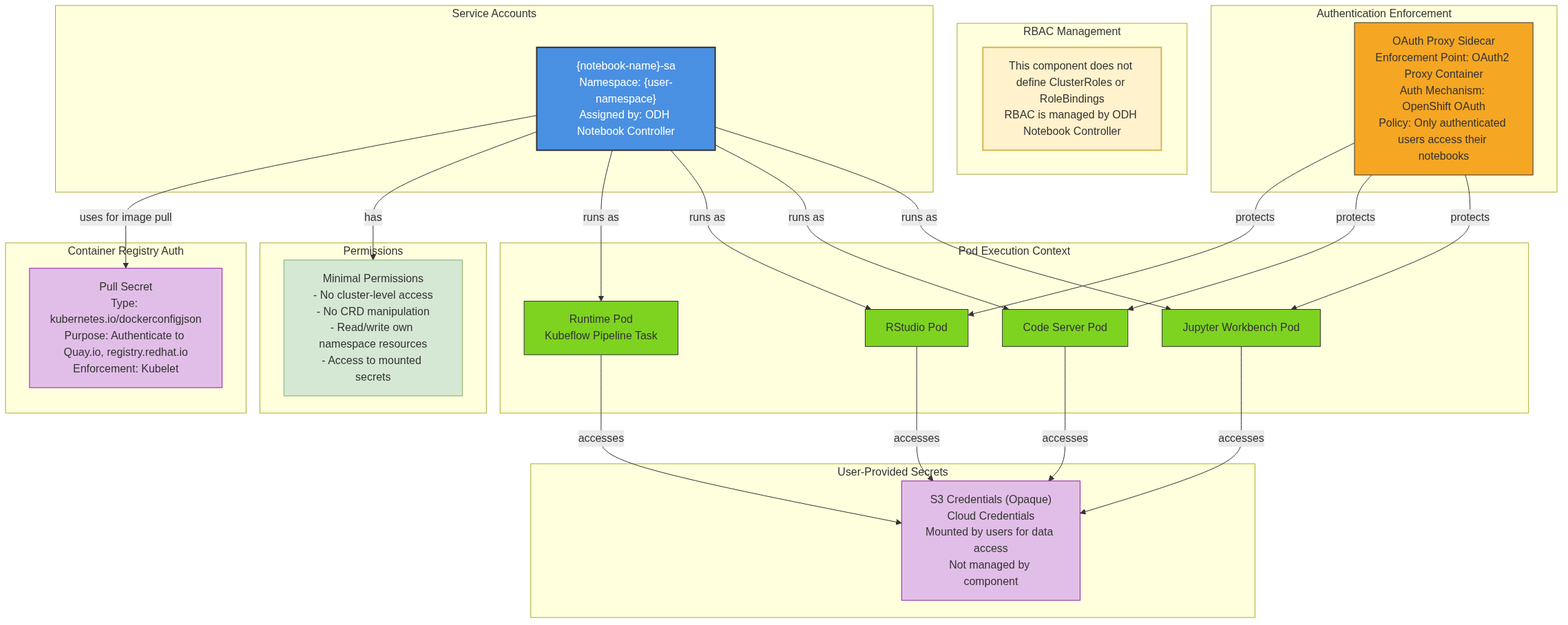
Before: architecture/rhoai-2.25.0/diagrams/notebooks-rbac.png, a diagram exported from Mermaid (rhuss/architecture-context). Its source is kept beside it as architecture/rhoai-2.25.0/diagrams/notebooks-rbac.mmd. The source it was exported from:
```mermaid
graph TD
    subgraph "RBAC Management"
        Note1["This component does not define ClusterRoles or RoleBindings<br/>RBAC is managed by ODH Notebook Controller"]
    end

    subgraph "Service Accounts"
        SA["{notebook-name}-sa<br/>Namespace: {user-namespace}<br/>Assigned by: ODH Notebook Controller"]
    end

    subgraph "Pod Execution Context"
        JupyterPod[Jupyter Workbench Pod]
        CodePod[Code Server Pod]
        RStudioPod[RStudio Pod]
        RuntimePod[Runtime Pod<br/>Kubeflow Pipeline Task]
    end

    subgraph "Permissions"
        MinimalPerms["Minimal Permissions<br/>- No cluster-level access<br/>- No CRD manipulation<br/>- Read/write own namespace resources<br/>- Access to mounted secrets"]
    end

    subgraph "Authentication Enforcement"
        OAuthProxy["OAuth Proxy Sidecar<br/>Enforcement Point: OAuth2 Proxy Container<br/>Auth Mechanism: OpenShift OAuth<br/>Policy: Only authenticated users access their notebooks"]
    end

    subgraph "Container Registry Auth"
        PullSecret["Pull Secret<br/>Type: kubernetes.io/dockerconfigjson<br/>Purpose: Authenticate to Quay.io, registry.redhat.io<br/>Enforcement: Kubelet"]
    end

    subgraph "User-Provided Secrets"
        UserSecrets["S3 Credentials (Opaque)<br/>Cloud Credentials<br/>Mounted by users for data access<br/>Not managed by component"]
    end

    SA -->|runs as| JupyterPod
    SA -->|runs as| CodePod
    SA -->|runs as| RStudioPod
    SA -->|runs as| RuntimePod

    SA -->|has| MinimalPerms

    OAuthProxy -->|protects| JupyterPod
    OAuthProxy -->|protects| CodePod
    OAuthProxy -->|protects| RStudioPod

    SA -->|uses for image pull| PullSecret

    JupyterPod -->|accesses| UserSecrets
    CodePod -->|accesses| UserSecrets
    RStudioPod -->|accesses| UserSecrets
    RuntimePod -->|accesses| UserSecrets

    style Note1 fill:#fff2cc,stroke:#d6b656,stroke-width:2px
    style SA fill:#4a90e2,stroke:#333,stroke-width:2px,color:#fff
    style JupyterPod fill:#7ed321,stroke:#333
    style CodePod fill:#7ed321,stroke:#333
    style RStudioPod fill:#7ed321,stroke:#333
    style RuntimePod fill:#7ed321,stroke:#333
    style MinimalPerms fill:#d5e8d4,stroke:#82b366
    style OAuthProxy fill:#f5a623,stroke:#333
    style PullSecret fill:#e1bee7,stroke:#8e24aa
    style UserSecrets fill:#e1bee7,stroke:#8e24aa
```
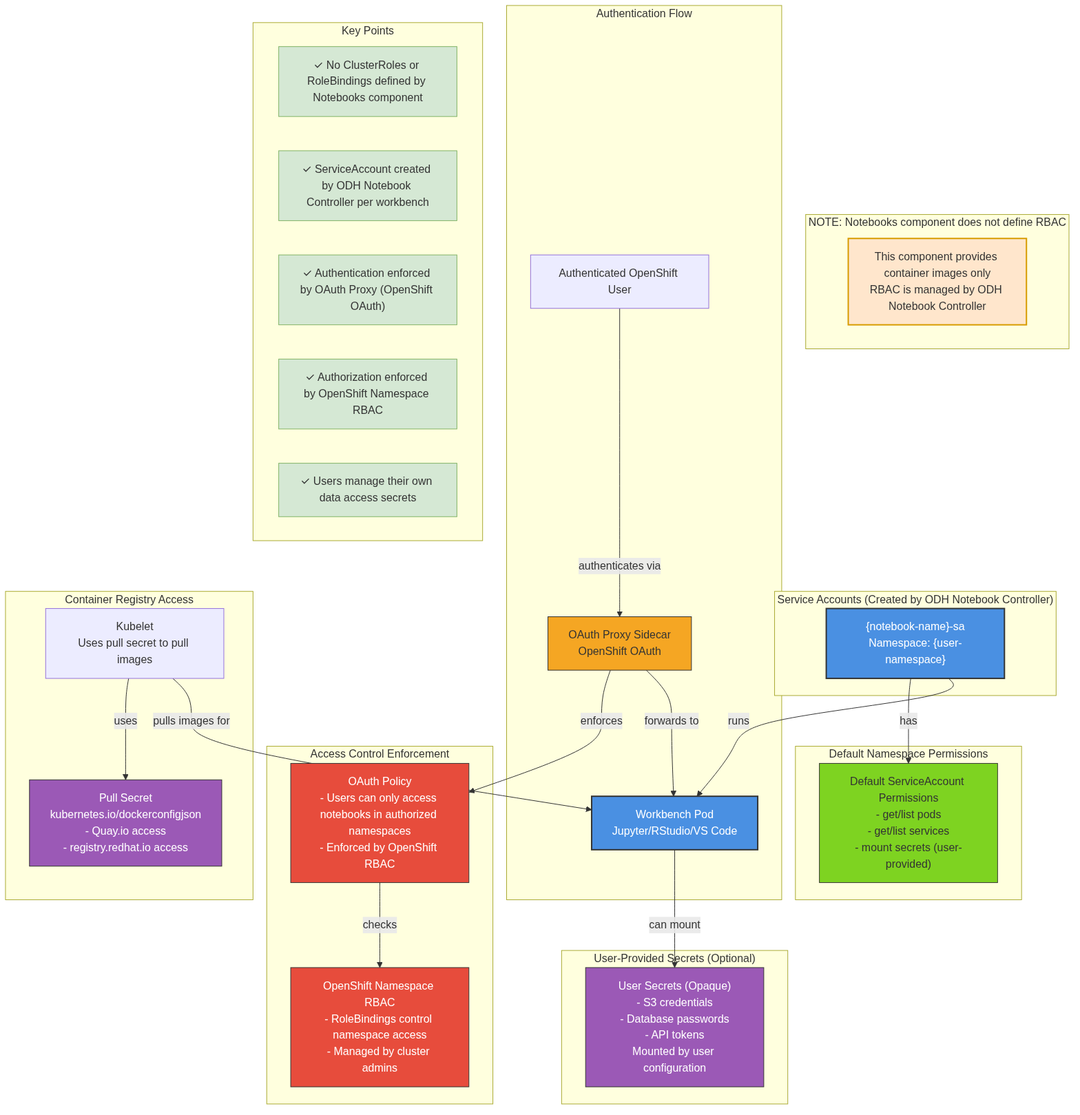
Above is the later version.

What changed in the source:
```diff
@@ -1,60 +1,72 @@
 graph TD
-    subgraph "RBAC Management"
-        Note1["This component does not define ClusterRoles or RoleBindings<br/>RBAC is managed by ODH Notebook Controller"]
+    subgraph "NOTE: Notebooks component does not define RBAC"
+        Note["This component provides container images only<br/>RBAC is managed by ODH Notebook Controller"]
     end
 
-    subgraph "Service Accounts"
-        SA["{notebook-name}-sa<br/>Namespace: {user-namespace}<br/>Assigned by: ODH Notebook Controller"]
+    subgraph "Service Accounts (Created by ODH Notebook Controller)"
+        SA["{notebook-name}-sa<br/>Namespace: {user-namespace}"]
     end
 
-    subgraph "Pod Execution Context"
-        JupyterPod[Jupyter Workbench Pod]
-        CodePod[Code Server Pod]
-        RStudioPod[RStudio Pod]
-        RuntimePod[Runtime Pod<br/>Kubeflow Pipeline Task]
+    subgraph "Default Namespace Permissions"
+        DefaultPerms["Default ServiceAccount Permissions<br/>- get/list pods<br/>- get/list services<br/>- mount secrets (user-provided)"]
     end
 
-    subgraph "Permissions"
-        MinimalPerms["Minimal Permissions<br/>- No cluster-level access<br/>- No CRD manipulation<br/>- Read/write own namespace resources<br/>- Access to mounted secrets"]
+    subgraph "Authentication Flow"
+        direction TB
+
+        User[Authenticated OpenShift User]
+        OAuth[OAuth Proxy Sidecar<br/>OpenShift OAuth]
+        WorkbenchPod[Workbench Pod<br/>Jupyter/RStudio/VS Code]
     end
 
-    subgraph "Authentication Enforcement"
-        OAuthProxy["OAuth Proxy Sidecar<br/>Enforcement Point: OAuth2 Proxy Container<br/>Auth Mechanism: OpenShift OAuth<br/>Policy: Only authenticated users access their notebooks"]
+    subgraph "Access Control Enforcement"
+        direction TB
+
+        OAuthPolicy["OAuth Policy<br/>- Users can only access notebooks in authorized namespaces<br/>- Enforced by OpenShift RBAC"]
+        NamespaceRBAC["OpenShift Namespace RBAC<br/>- RoleBindings control namespace access<br/>- Managed by cluster admins"]
     end
 
-    subgraph "Container Registry Auth"
-        PullSecret["Pull Secret<br/>Type: kubernetes.io/dockerconfigjson<br/>Purpose: Authenticate to Quay.io, registry.redhat.io<br/>Enforcement: Kubelet"]
+    subgraph "Container Registry Access"
+        PullSecret["Pull Secret<br/>kubernetes.io/dockerconfigjson<br/>- Quay.io access<br/>- registry.redhat.io access"]
+        Kubelet["Kubelet<br/>Uses pull secret to pull images"]
     end
 
-    subgraph "User-Provided Secrets"
-        UserSecrets["S3 Credentials (Opaque)<br/>Cloud Credentials<br/>Mounted by users for data access<br/>Not managed by component"]
+    subgraph "User-Provided Secrets (Optional)"
+        UserSecrets["User Secrets (Opaque)<br/>- S3 credentials<br/>- Database passwords<br/>- API tokens<br/>Mounted by user configuration"]
     end
 
-    SA -->|runs as| JupyterPod
-    SA -->|runs as| CodePod
-    SA -->|runs as| RStudioPod
-    SA -->|runs as| RuntimePod
+    SA -->|has| DefaultPerms
+    SA -->|runs| WorkbenchPod
 
-    SA -->|has| MinimalPerms
+    User -->|authenticates via| OAuth
+    OAuth -->|enforces| OAuthPolicy
+    OAuthPolicy -->|checks| NamespaceRBAC
+    OAuth -->|forwards to| WorkbenchPod
 
-    OAuthProxy -->|protects| JupyterPod
-    OAuthProxy -->|protects| CodePod
-    OAuthProxy -->|protects| RStudioPod
+    WorkbenchPod -->|can mount| UserSecrets
+    Kubelet -->|uses| PullSecret
+    Kubelet -->|pulls images for| WorkbenchPod
 
-    SA -->|uses for image pull| PullSecret
+    style Note fill:#ffe6cc,stroke:#d79b00,stroke-width:2px
+    style SA fill:#4a90e2,stroke:#333,stroke-width:2px,color:#fff
+    style DefaultPerms fill:#7ed321,stroke:#333
+    style OAuth fill:#f5a623,stroke:#333
+    style OAuthPolicy fill:#e74c3c,stroke:#333,color:#fff
+    style NamespaceRBAC fill:#e74c3c,stroke:#333,color:#fff
+    style PullSecret fill:#9b59b6,stroke:#333,color:#fff
+    style UserSecrets fill:#9b59b6,stroke:#333,color:#fff
+    style WorkbenchPod fill:#4a90e2,stroke:#333,stroke-width:2px,color:#fff
 
-    JupyterPod -->|accesses| UserSecrets
-    CodePod -->|accesses| UserSecrets
-    RStudioPod -->|accesses| UserSecrets
-    RuntimePod -->|accesses| UserSecrets
+    subgraph "Key Points"
+        KP1["✓ No ClusterRoles or RoleBindings defined by Notebooks component"]
+        KP2["✓ ServiceAccount created by ODH Notebook Controller per workbench"]
+        KP3["✓ Authentication enforced by OAuth Proxy (OpenShift OAuth)"]
+        KP4["✓ Authorization enforced by OpenShift Namespace RBAC"]
+        KP5["✓ Users manage their own data access secrets"]
+    end
 
-    style Note1 fill:#fff2cc,stroke:#d6b656,stroke-width:2px
-    style SA fill:#4a90e2,stroke:#333,stroke-width:2px,color:#fff
-    style JupyterPod fill:#7ed321,stroke:#333
-    style CodePod fill:#7ed321,stroke:#333
-    style RStudioPod fill:#7ed321,stroke:#333
-    style RuntimePod fill:#7ed321,stroke:#333
-    style MinimalPerms fill:#d5e8d4,stroke:#82b366
-    style OAuthProxy fill:#f5a623,stroke:#333
-    style PullSecret fill:#e1bee7,stroke:#8e24aa
-    style UserSecrets fill:#e1bee7,stroke:#8e24aa
+    style KP1 fill:#d5e8d4,stroke:#82b366
+    style KP2 fill:#d5e8d4,stroke:#82b366
+    style KP3 fill:#d5e8d4,stroke:#82b366
+    style KP4 fill:#d5e8d4,stroke:#82b366
+    style KP5 fill:#d5e8d4,stroke:#82b366
```
